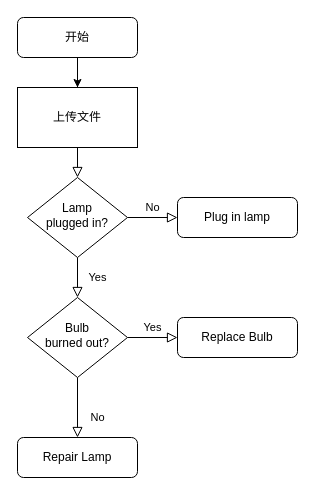
The draw.io diagram 未命名绘图.drawio in m12306/javaWebTest, before the edit. Source tidied: cells renumbered, new cells numbered last; positions are measured from the earlier drawing's top-left corner, leaving out a move shared by most shapes. Both pictures are drawn from the tidied source at 100%, with x=0, y=0 at pixel (17, 17).
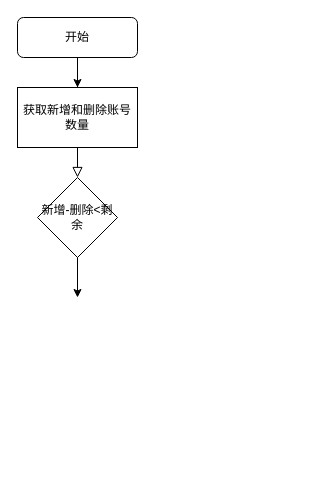
The same page after the edit.

Commit message (it also covers changes not shown here):
更新未命名绘图.drawio

Diff of the diagram source:
```diff
@@
 <mxGraphModel>
   <root>
     <mxCell id="0" />
     <mxCell id="1" parent="0" />
-    <mxCell id="2" style="rounded=0;html=1;jettySize=auto;fontSize=11;endArrow=block;endFill=0;endSize=8;strokeWidth=1;shadow=0;labelBackgroundColor=none;edgeStyle=orthogonalEdgeStyle;" parent="1" edge="1" source="4" target="7">
-      <mxGeometry relative="1" as="geometry" />
+    <mxCell id="2" style="rounded=0;html=1;jettySize=auto;fontSize=11;endArrow=block;endFill=0;endSize=8;strokeWidth=1;shadow=0;labelBackgroundColor=none;edgeStyle=orthogonalEdgeStyle;" parent="1" edge="1" source="4">
+      <mxGeometry relative="1" as="geometry">
+        <mxPoint x="60" y="160" as="targetPoint" />
+      </mxGeometry>
     </mxCell>
     <mxCell id="3" style="edgeStyle=orthogonalEdgeStyle;rounded=0;jettySize=auto;html=1;" parent="1" edge="1" source="4">
       <mxGeometry relative="1" as="geometry">
         <mxPoint x="60" y="70" as="targetPoint" />
       </mxGeometry>
     </mxCell>
     <mxCell id="4" value="开始" style="rounded=1;whiteSpace=wrap;html=1;fontSize=12;glass=0;strokeWidth=1;shadow=0;" parent="1" vertex="1">
       <mxGeometry width="120" height="40" as="geometry" />
     </mxCell>
-    <mxCell id="5" value="Yes" style="rounded=0;html=1;jettySize=auto;fontSize=11;endArrow=block;endFill=0;endSize=8;strokeWidth=1;shadow=0;labelBackgroundColor=none;edgeStyle=orthogonalEdgeStyle;" parent="1" edge="1" source="7" target="11">
-      <mxGeometry y="20" relative="1" as="geometry" />
-    </mxCell>
-    <mxCell id="6" value="No" style="edgeStyle=orthogonalEdgeStyle;rounded=0;html=1;jettySize=auto;fontSize=11;endArrow=block;endFill=0;endSize=8;strokeWidth=1;shadow=0;labelBackgroundColor=none;" parent="1" edge="1" source="7" target="8">
-      <mxGeometry y="10" relative="1" as="geometry" />
-    </mxCell>
-    <mxCell id="7" value="Lamp&lt;br&gt;plugged in?" style="rhombus;whiteSpace=wrap;html=1;shadow=0;fontFamily=Helvetica;fontSize=12;align=center;strokeWidth=1;spacing=6;spacingTop=-4;" parent="1" vertex="1">
-      <mxGeometry x="10" y="160" width="100" height="80" as="geometry" />
-    </mxCell>
-    <mxCell id="8" value="Plug in lamp" style="rounded=1;whiteSpace=wrap;html=1;fontSize=12;glass=0;strokeWidth=1;shadow=0;" parent="1" vertex="1">
-      <mxGeometry x="160" y="180" width="120" height="40" as="geometry" />
-    </mxCell>
-    <mxCell id="9" value="No" style="rounded=0;html=1;jettySize=auto;fontSize=11;endArrow=block;endFill=0;endSize=8;strokeWidth=1;shadow=0;labelBackgroundColor=none;edgeStyle=orthogonalEdgeStyle;" parent="1" edge="1" source="11" target="12">
-      <mxGeometry x="0.33" y="20" relative="1" as="geometry" />
-    </mxCell>
-    <mxCell id="10" value="Yes" style="edgeStyle=orthogonalEdgeStyle;rounded=0;html=1;jettySize=auto;fontSize=11;endArrow=block;endFill=0;endSize=8;strokeWidth=1;shadow=0;labelBackgroundColor=none;" parent="1" edge="1" source="11" target="13">
-      <mxGeometry y="10" relative="1" as="geometry" />
-    </mxCell>
-    <mxCell id="11" value="Bulb&lt;br&gt;burned out?" style="rhombus;whiteSpace=wrap;html=1;shadow=0;fontFamily=Helvetica;fontSize=12;align=center;strokeWidth=1;spacing=6;spacingTop=-4;" parent="1" vertex="1">
-      <mxGeometry x="10" y="280" width="100" height="80" as="geometry" />
-    </mxCell>
-    <mxCell id="12" value="Repair Lamp" style="rounded=1;whiteSpace=wrap;html=1;fontSize=12;glass=0;strokeWidth=1;shadow=0;" parent="1" vertex="1">
-      <mxGeometry y="420" width="120" height="40" as="geometry" />
-    </mxCell>
-    <mxCell id="13" value="Replace Bulb" style="rounded=1;whiteSpace=wrap;html=1;fontSize=12;glass=0;strokeWidth=1;shadow=0;" parent="1" vertex="1">
-      <mxGeometry x="160" y="300" width="120" height="40" as="geometry" />
-    </mxCell>
-    <mxCell id="14" value="上传文件" style="rounded=0;whiteSpace=wrap;html=1;" parent="1" vertex="1">
+    <mxCell id="14" value="获取新增和删除账号数量" style="rounded=0;whiteSpace=wrap;html=1;" parent="1" vertex="1">
       <mxGeometry y="70" width="120" height="60" as="geometry" />
     </mxCell>
+    <mxCell id="15" value="新增-删除&amp;lt;剩余" style="rhombus;whiteSpace=wrap;html=1;" parent="1" vertex="1">
+      <mxGeometry x="20" y="160" width="80" height="80" as="geometry" />
+    </mxCell>
+    <mxCell id="16" style="endArrow=classic;html=1;rounded=0;exitX=0.5;exitY=1;exitDx=0;exitDy=0;" parent="1" edge="1" source="15">
+      <mxGeometry relative="1" as="geometry">
+        <mxPoint x="60" y="280" as="targetPoint" />
+      </mxGeometry>
+    </mxCell>
   </root>
 </mxGraphModel>
```
